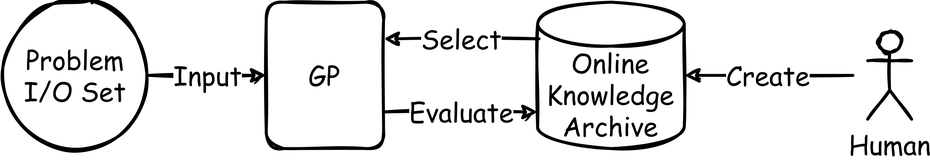
Above: img-readme/simple-current.png in Y1fanHE/kdps-arm (draw.io), before the change. Source tidied: cells renumbered, new cells last; positions are measured from the earlier drawing's top-left corner, leaving out a move shared by most shapes. Source of this version:
```xml
<mxGraphModel>
  <root>
    <mxCell id="0" />
    <mxCell id="1" parent="0" />
    <mxCell id="2" style="group;" parent="1" vertex="1">
      <mxGeometry width="620" height="100" as="geometry" />
    </mxCell>
    <mxCell id="3" value="Create" style="edgeStyle=orthogonalEdgeStyle;jettySize=auto;html=1;entryX=1;entryY=0.5;entryDx=0;entryDy=0;exitX=0;exitY=0.5;exitDx=0;exitDy=0;fontSize=18;fontFamily=Comic Sans MS;entryPerimeter=0;exitPerimeter=0;sketch=1;rounded=1;strokeWidth=2;" parent="2" edge="1" target="7">
      <mxGeometry relative="1" as="geometry">
        <mxPoint x="580" y="50" as="sourcePoint" />
      </mxGeometry>
    </mxCell>
    <mxCell id="4" value="GP" style="rounded=1;whiteSpace=wrap;html=1;sketch=1;fontFamily=Comic Sans MS;fillStyle=solid;fontStyle=0;fontSize=18;glass=0;strokeWidth=2;" parent="2" vertex="1">
      <mxGeometry x="180" width="80" height="100" as="geometry" />
    </mxCell>
    <mxCell id="5" value="Input" style="edgeStyle=orthogonalEdgeStyle;jettySize=auto;html=1;fontSize=18;fontFamily=Comic Sans MS;sketch=1;rounded=1;strokeWidth=2;" parent="2" edge="1" source="6" target="4">
      <mxGeometry relative="1" as="geometry" />
    </mxCell>
    <mxCell id="6" value="&lt;div style=&quot;font-size: 18px;&quot;&gt;Problem&lt;br style=&quot;font-size: 18px;&quot;&gt;&lt;/div&gt;&lt;div style=&quot;font-size: 18px;&quot;&gt;I/O Set&lt;/div&gt;" style="ellipse;whiteSpace=wrap;html=1;rounded=1;sketch=1;fontFamily=Comic Sans MS;fillStyle=solid;fontStyle=0;fontSize=18;strokeWidth=2;" parent="2" vertex="1">
      <mxGeometry width="100" height="100" as="geometry" />
    </mxCell>
    <mxCell id="7" value="&lt;div style=&quot;font-size: 18px;&quot;&gt;Online&lt;/div&gt;&lt;div style=&quot;font-size: 18px;&quot;&gt;Knowledge&lt;/div&gt;&lt;div style=&quot;font-size: 18px;&quot;&gt;Archive&lt;/div&gt;" style="shape=cylinder3;whiteSpace=wrap;html=1;boundedLbl=1;backgroundOutline=1;size=15;fontFamily=Comic Sans MS;fontSize=18;sketch=1;strokeWidth=2;fillStyle=solid;" parent="2" vertex="1">
      <mxGeometry x="365" width="100" height="100" as="geometry" />
    </mxCell>
    <mxCell id="8" value="Select" style="edgeStyle=orthogonalEdgeStyle;jettySize=auto;html=1;entryX=1;entryY=0.25;entryDx=0;entryDy=0;fontSize=18;fontFamily=Comic Sans MS;exitX=0.01;exitY=0.25;exitDx=0;exitDy=0;exitPerimeter=0;sketch=1;rounded=1;strokeWidth=2;" parent="2" edge="1" source="7" target="4">
      <mxGeometry relative="1" as="geometry" />
    </mxCell>
    <mxCell id="9" value="Evaluate" style="edgeStyle=orthogonalEdgeStyle;jettySize=auto;html=1;exitX=1;exitY=0.75;exitDx=0;exitDy=0;entryX=0;entryY=0.75;entryDx=0;entryDy=0;fontFamily=Comic Sans MS;fontSize=18;entryPerimeter=0;sketch=1;rounded=1;strokeWidth=2;" parent="2" edge="1" source="4" target="7">
      <mxGeometry relative="1" as="geometry" />
    </mxCell>
    <mxCell id="10" value="Human" style="shape=umlActor;verticalLabelPosition=bottom;verticalAlign=top;html=1;glass=0;sketch=1;fillStyle=solid;fontFamily=Comic Sans MS;fontSize=18;strokeWidth=2;" parent="2" vertex="1">
      <mxGeometry x="590" y="20" width="30" height="60" as="geometry" />
    </mxCell>
  </root>
</mxGraphModel>
```
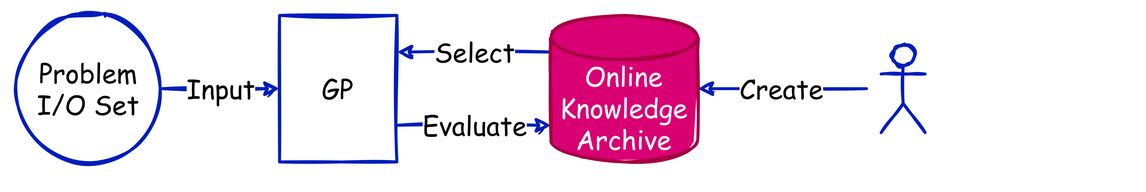
After the change.

What changed in the source:
```diff
@@ -3,33 +3,36 @@
     <mxCell id="0" />
     <mxCell id="1" parent="0" />
     <mxCell id="2" style="group;" parent="1" vertex="1">
-      <mxGeometry width="620" height="100" as="geometry" />
+      <mxGeometry width="780" height="130" as="geometry" />
     </mxCell>
-    <mxCell id="3" value="Create" style="edgeStyle=orthogonalEdgeStyle;jettySize=auto;html=1;entryX=1;entryY=0.5;entryDx=0;entryDy=0;exitX=0;exitY=0.5;exitDx=0;exitDy=0;fontSize=18;fontFamily=Comic Sans MS;entryPerimeter=0;exitPerimeter=0;sketch=1;rounded=1;strokeWidth=2;" parent="2" edge="1" target="7">
-      <mxGeometry relative="1" as="geometry">
-        <mxPoint x="580" y="50" as="sourcePoint" />
-      </mxGeometry>
+    <mxCell id="3" style="rounded=0;whiteSpace=wrap;html=1;strokeColor=none;fillColor=none;" parent="2" vertex="1">
+      <mxGeometry width="780" height="130" as="geometry" />
     </mxCell>
-    <mxCell id="4" value="GP" style="rounded=1;whiteSpace=wrap;html=1;sketch=1;fontFamily=Comic Sans MS;fillStyle=solid;fontStyle=0;fontSize=18;glass=0;strokeWidth=2;" parent="2" vertex="1">
-      <mxGeometry x="180" width="80" height="100" as="geometry" />
+    <mxCell id="4" value="Create" style="edgeStyle=orthogonalEdgeStyle;jettySize=auto;html=1;entryX=1;entryY=0.5;entryDx=0;entryDy=0;exitX=0;exitY=0.5;exitDx=0;exitDy=0;fontSize=18;fontFamily=Comic Sans MS;entryPerimeter=0;exitPerimeter=0;sketch=1;rounded=1;strokeWidth=2;fillColor=#0050ef;strokeColor=#001DBC;" parent="2" edge="1" target="11">
+      <mxGeometry relative="1" as="geometry">
+        <mxPoint x="590" y="60" as="sourcePoint" />
+      </mxGeometry>
     </mxCell>
-    <mxCell id="5" value="Input" style="edgeStyle=orthogonalEdgeStyle;jettySize=auto;html=1;fontSize=18;fontFamily=Comic Sans MS;sketch=1;rounded=1;strokeWidth=2;" parent="2" edge="1" source="6" target="4">
-      <mxGeometry relative="1" as="geometry" />
+    <mxCell id="5" value="GP" style="rounded=0;whiteSpace=wrap;html=1;sketch=1;fontFamily=Comic Sans MS;fillStyle=solid;fontStyle=0;fontSize=18;glass=0;strokeWidth=2;fillColor=none;fontColor=default;strokeColor=#001DBC;" parent="2" vertex="1">
+      <mxGeometry x="190" y="10" width="80" height="100" as="geometry" />
     </mxCell>
-    <mxCell id="6" value="&lt;div style=&quot;font-size: 18px;&quot;&gt;Problem&lt;br style=&quot;font-size: 18px;&quot;&gt;&lt;/div&gt;&lt;div style=&quot;font-size: 18px;&quot;&gt;I/O Set&lt;/div&gt;" style="ellipse;whiteSpace=wrap;html=1;rounded=1;sketch=1;fontFamily=Comic Sans MS;fillStyle=solid;fontStyle=0;fontSize=18;strokeWidth=2;" parent="2" vertex="1">
-      <mxGeometry width="100" height="100" as="geometry" />
+    <mxCell id="6" value="Input" style="edgeStyle=orthogonalEdgeStyle;jettySize=auto;html=1;fontSize=18;fontFamily=Comic Sans MS;sketch=1;rounded=1;strokeWidth=2;fillColor=#0050ef;strokeColor=#001DBC;exitX=1;exitY=0.5;exitDx=0;exitDy=0;entryX=0;entryY=0.5;entryDx=0;entryDy=0;" parent="2" edge="1" source="7" target="5">
+      <mxGeometry relative="1" as="geometry" />
     </mxCell>
-    <mxCell id="7" value="&lt;div style=&quot;font-size: 18px;&quot;&gt;Online&lt;/div&gt;&lt;div style=&quot;font-size: 18px;&quot;&gt;Knowledge&lt;/div&gt;&lt;div style=&quot;font-size: 18px;&quot;&gt;Archive&lt;/div&gt;" style="shape=cylinder3;whiteSpace=wrap;html=1;boundedLbl=1;backgroundOutline=1;size=15;fontFamily=Comic Sans MS;fontSize=18;sketch=1;strokeWidth=2;fillStyle=solid;" parent="2" vertex="1">
-      <mxGeometry x="365" width="100" height="100" as="geometry" />
+    <mxCell id="7" value="&lt;div style=&quot;font-size: 18px;&quot;&gt;Problem&lt;br style=&quot;font-size: 18px;&quot;&gt;&lt;/div&gt;&lt;div style=&quot;font-size: 18px;&quot;&gt;I/O Set&lt;/div&gt;" style="ellipse;whiteSpace=wrap;html=1;rounded=1;sketch=1;fontFamily=Comic Sans MS;fillStyle=solid;fontStyle=0;fontSize=18;strokeWidth=2;fillColor=none;fontColor=default;strokeColor=#001DBC;" parent="2" vertex="1">
+      <mxGeometry x="10" y="10" width="100" height="100" as="geometry" />
     </mxCell>
-    <mxCell id="8" value="Select" style="edgeStyle=orthogonalEdgeStyle;jettySize=auto;html=1;entryX=1;entryY=0.25;entryDx=0;entryDy=0;fontSize=18;fontFamily=Comic Sans MS;exitX=0.01;exitY=0.25;exitDx=0;exitDy=0;exitPerimeter=0;sketch=1;rounded=1;strokeWidth=2;" parent="2" edge="1" source="7" target="4">
+    <mxCell id="8" value="Select" style="edgeStyle=orthogonalEdgeStyle;jettySize=auto;html=1;entryX=1;entryY=0.25;entryDx=0;entryDy=0;fontSize=18;fontFamily=Comic Sans MS;exitX=0.01;exitY=0.25;exitDx=0;exitDy=0;exitPerimeter=0;sketch=1;rounded=1;strokeWidth=2;fillColor=#0050ef;strokeColor=#001DBC;" parent="2" edge="1" source="11" target="5">
       <mxGeometry relative="1" as="geometry" />
     </mxCell>
-    <mxCell id="9" value="Evaluate" style="edgeStyle=orthogonalEdgeStyle;jettySize=auto;html=1;exitX=1;exitY=0.75;exitDx=0;exitDy=0;entryX=0;entryY=0.75;entryDx=0;entryDy=0;fontFamily=Comic Sans MS;fontSize=18;entryPerimeter=0;sketch=1;rounded=1;strokeWidth=2;" parent="2" edge="1" source="4" target="7">
+    <mxCell id="9" value="Evaluate" style="edgeStyle=orthogonalEdgeStyle;jettySize=auto;html=1;exitX=1;exitY=0.75;exitDx=0;exitDy=0;entryX=0;entryY=0.75;entryDx=0;entryDy=0;fontFamily=Comic Sans MS;fontSize=18;entryPerimeter=0;sketch=1;rounded=1;strokeWidth=2;fillColor=#0050ef;strokeColor=#001DBC;" parent="2" edge="1" source="5" target="11">
       <mxGeometry relative="1" as="geometry" />
     </mxCell>
-    <mxCell id="10" value="Human" style="shape=umlActor;verticalLabelPosition=bottom;verticalAlign=top;html=1;glass=0;sketch=1;fillStyle=solid;fontFamily=Comic Sans MS;fontSize=18;strokeWidth=2;" parent="2" vertex="1">
-      <mxGeometry x="590" y="20" width="30" height="60" as="geometry" />
+    <mxCell id="10" value="Human" style="shape=umlActor;verticalLabelPosition=bottom;verticalAlign=top;html=1;glass=0;sketch=1;fillStyle=solid;fontFamily=Comic Sans MS;fontSize=18;strokeWidth=2;fillColor=none;fontColor=#ffffff;strokeColor=#001DBC;" parent="2" vertex="1">
+      <mxGeometry x="600" y="30" width="30" height="60" as="geometry" />
     </mxCell>
+    <mxCell id="11" value="&lt;div style=&quot;font-size: 18px;&quot;&gt;Online&lt;/div&gt;&lt;div style=&quot;font-size: 18px;&quot;&gt;Knowledge&lt;/div&gt;&lt;div style=&quot;font-size: 18px;&quot;&gt;Archive&lt;/div&gt;" style="shape=cylinder3;whiteSpace=wrap;html=1;boundedLbl=1;backgroundOutline=1;size=15;fontFamily=Comic Sans MS;fontSize=18;sketch=1;strokeWidth=2;fillStyle=solid;fillColor=#d80073;fontColor=#ffffff;strokeColor=#A50040;" parent="2" vertex="1">
+      <mxGeometry x="375" y="10" width="100" height="100" as="geometry" />
+    </mxCell>
   </root>
 </mxGraphModel>
```
